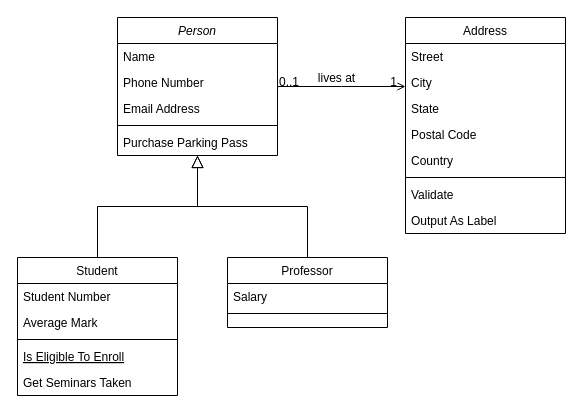
AlecrimLunar/Banco-de-dados-Livraria keeps this draw.io diagram as Documentação/UML_Primeira_Parte.drawio. Above is the earlier version. Source tidied: cells renumbered, new cells numbered last; positions are measured from the earlier drawing's top-left corner, leaving out a move shared by most shapes. Both pictures are drawn from the tidied source at 100%, with x=0, y=0 at pixel (17, 17).
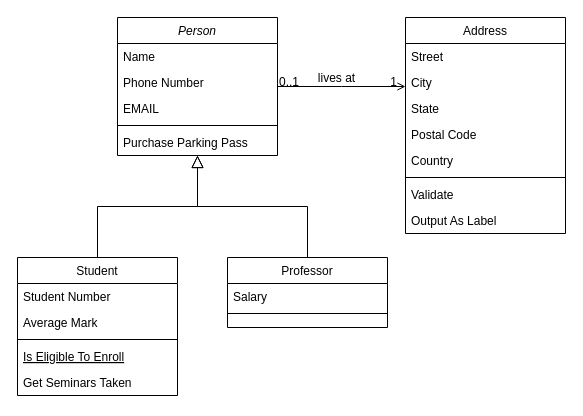
After the change.

Unchanged cells that the change refers to:
```xml
<mxCell id="2" value="Person" style="swimlane;fontStyle=2;align=center;verticalAlign=top;horizontal=1;startSize=26;rounded=0;shadow=0;strokeWidth=1;" parent="1" vertex="1">
  <mxGeometry x="100" width="160" height="138" as="geometry" />
</mxCell>
```

Diff of the diagram source:
```diff
@@
-    <mxCell id="5" value="Email Address" style="text;align=left;verticalAlign=top;spacingLeft=4;spacingRight=4;overflow=hidden;rounded=0;shadow=0;html=0;" parent="2" vertex="1">
+    <mxCell id="5" value="EMAIL" style="text;align=left;verticalAlign=top;spacingLeft=4;spacingRight=4;overflow=hidden;rounded=0;shadow=0;html=0;" parent="2" vertex="1">
       <mxGeometry y="78" width="160" height="26" as="geometry" />
     </mxCell>
```
